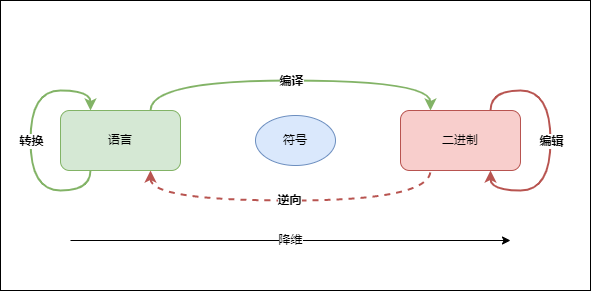
Above: bin/pic/topic.png in coolxv/knowledge (draw.io), before the change. Source tidied: cells renumbered, new cells last; positions are measured from the earlier drawing's top-left corner, leaving out a move shared by most shapes. The source it was exported from:
```xml
<mxGraphModel>
  <root>
    <mxCell id="0" />
    <mxCell id="1" parent="0" />
    <mxCell id="2" style="rounded=0;whiteSpace=wrap;html=1;" parent="1" vertex="1">
      <mxGeometry width="590" height="290" as="geometry" />
    </mxCell>
    <mxCell id="3" value="二进制" style="rounded=1;whiteSpace=wrap;html=1;fillColor=#f8cecc;strokeColor=#b85450;" parent="1" vertex="1">
      <mxGeometry x="400" y="110" width="120" height="60" as="geometry" />
    </mxCell>
    <mxCell id="4" style="edgeStyle=orthogonalEdgeStyle;curved=1;rounded=0;jettySize=auto;html=1;exitX=0.75;exitY=0;exitDx=0;exitDy=0;entryX=0.25;entryY=0;entryDx=0;entryDy=0;fillColor=#d5e8d4;strokeColor=#82b366;strokeWidth=2;" parent="1" edge="1" source="7" target="3">
      <mxGeometry relative="1" as="geometry">
        <Array as="points">
          <mxPoint x="150" y="80" />
          <mxPoint x="430" y="80" />
        </Array>
      </mxGeometry>
    </mxCell>
    <mxCell id="5" value="编译" style="edgeLabel;html=1;align=center;verticalAlign=middle;fontStyle=1;" parent="4" vertex="1">
      <mxGeometry x="0.11" relative="1" as="geometry">
        <mxPoint x="-18" as="offset" />
      </mxGeometry>
    </mxCell>
    <mxCell id="6" style="edgeStyle=orthogonalEdgeStyle;curved=1;rounded=0;jettySize=auto;html=1;exitX=0.75;exitY=1;exitDx=0;exitDy=0;entryX=0.25;entryY=1;entryDx=0;entryDy=0;startArrow=classic;startFill=1;endArrow=none;endFill=0;fillColor=#f8cecc;strokeColor=#b85450;strokeWidth=2;dashed=1;" parent="1" edge="1" source="7" target="3">
      <mxGeometry relative="1" as="geometry">
        <Array as="points">
          <mxPoint x="150" y="200" />
          <mxPoint x="430" y="200" />
        </Array>
      </mxGeometry>
    </mxCell>
    <mxCell id="7" value="语言" style="rounded=1;whiteSpace=wrap;html=1;fillColor=#d5e8d4;strokeColor=#82b366;" parent="1" vertex="1">
      <mxGeometry x="60" y="110" width="120" height="60" as="geometry" />
    </mxCell>
    <mxCell id="8" value="符号" style="ellipse;whiteSpace=wrap;html=1;fillColor=#dae8fc;strokeColor=#6c8ebf;" parent="1" vertex="1">
      <mxGeometry x="255" y="115" width="80" height="50" as="geometry" />
    </mxCell>
    <mxCell id="9" style="edgeStyle=orthogonalEdgeStyle;curved=1;rounded=0;orthogonalLoop=1;jettySize=auto;html=1;exitX=0.25;exitY=0;exitDx=0;exitDy=0;entryX=0.25;entryY=1;entryDx=0;entryDy=0;startArrow=classic;startFill=1;endArrow=none;endFill=0;fillColor=#d5e8d4;strokeColor=#82b366;strokeWidth=2;" parent="1" edge="1" source="7" target="7">
      <mxGeometry relative="1" as="geometry">
        <Array as="points">
          <mxPoint x="90" y="90" />
          <mxPoint x="30" y="90" />
          <mxPoint x="30" y="190" />
          <mxPoint x="90" y="190" />
        </Array>
      </mxGeometry>
    </mxCell>
    <mxCell id="10" value="转换" style="edgeLabel;html=1;align=center;verticalAlign=middle;fontStyle=1;" parent="9" vertex="1">
      <mxGeometry x="0.08" y="-1" relative="1" as="geometry">
        <mxPoint x="1" y="-11" as="offset" />
      </mxGeometry>
    </mxCell>
    <mxCell id="11" style="edgeStyle=orthogonalEdgeStyle;curved=1;rounded=0;orthogonalLoop=1;jettySize=auto;html=1;exitX=0.75;exitY=0;exitDx=0;exitDy=0;entryX=0.75;entryY=1;entryDx=0;entryDy=0;fillColor=#f8cecc;strokeColor=#b85450;strokeWidth=2;" parent="1" edge="1" source="3" target="3">
      <mxGeometry relative="1" as="geometry">
        <Array as="points">
          <mxPoint x="490" y="90" />
          <mxPoint x="550" y="90" />
          <mxPoint x="550" y="190" />
          <mxPoint x="490" y="190" />
        </Array>
      </mxGeometry>
    </mxCell>
    <mxCell id="12" value="编辑" style="edgeLabel;html=1;align=center;verticalAlign=middle;fontStyle=1;" parent="1" vertex="1">
      <mxGeometry x="550" y="140" as="geometry" />
    </mxCell>
    <mxCell id="13" value="逆向" style="edgeLabel;html=1;align=center;verticalAlign=middle;fontStyle=1;" parent="1" vertex="1">
      <mxGeometry x="290" y="202" as="geometry">
        <mxPoint x="-2" y="-3" as="offset" />
      </mxGeometry>
    </mxCell>
    <mxCell id="14" value="降维" style="endArrow=classic;html=1;rounded=0;" parent="1" edge="1">
      <mxGeometry relative="1" as="geometry">
        <mxPoint x="70" y="240" as="sourcePoint" />
        <mxPoint x="510" y="240" as="targetPoint" />
      </mxGeometry>
    </mxCell>
  </root>
</mxGraphModel>
```
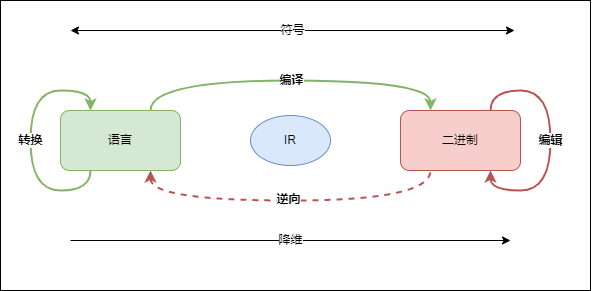
The same file after the commit.

The edit, as a diff of the source:
```diff
@@ -32,8 +32,8 @@
     <mxCell id="7" value="语言" style="rounded=1;whiteSpace=wrap;html=1;fillColor=#d5e8d4;strokeColor=#82b366;" parent="1" vertex="1">
       <mxGeometry x="60" y="110" width="120" height="60" as="geometry" />
     </mxCell>
-    <mxCell id="8" value="符号" style="ellipse;whiteSpace=wrap;html=1;fillColor=#dae8fc;strokeColor=#6c8ebf;" parent="1" vertex="1">
-      <mxGeometry x="255" y="115" width="80" height="50" as="geometry" />
+    <mxCell id="8" value="IR" style="ellipse;whiteSpace=wrap;html=1;fillColor=#dae8fc;strokeColor=#6c8ebf;" parent="1" vertex="1">
+      <mxGeometry x="250" y="115" width="80" height="50" as="geometry" />
     </mxCell>
     <mxCell id="9" style="edgeStyle=orthogonalEdgeStyle;curved=1;rounded=0;orthogonalLoop=1;jettySize=auto;html=1;exitX=0.25;exitY=0;exitDx=0;exitDy=0;entryX=0.25;entryY=1;entryDx=0;entryDy=0;startArrow=classic;startFill=1;endArrow=none;endFill=0;fillColor=#d5e8d4;strokeColor=#82b366;strokeWidth=2;" parent="1" edge="1" source="7" target="7">
       <mxGeometry relative="1" as="geometry">
@@ -74,5 +74,11 @@
         <mxPoint x="510" y="240" as="targetPoint" />
       </mxGeometry>
     </mxCell>
+    <mxCell id="15" value="符号" style="endArrow=classic;startArrow=classic;html=1;rounded=0;" parent="1" edge="1">
+      <mxGeometry relative="1" as="geometry">
+        <mxPoint x="70" y="30" as="sourcePoint" />
+        <mxPoint x="514" y="30" as="targetPoint" />
+      </mxGeometry>
+    </mxCell>
   </root>
 </mxGraphModel>
```
